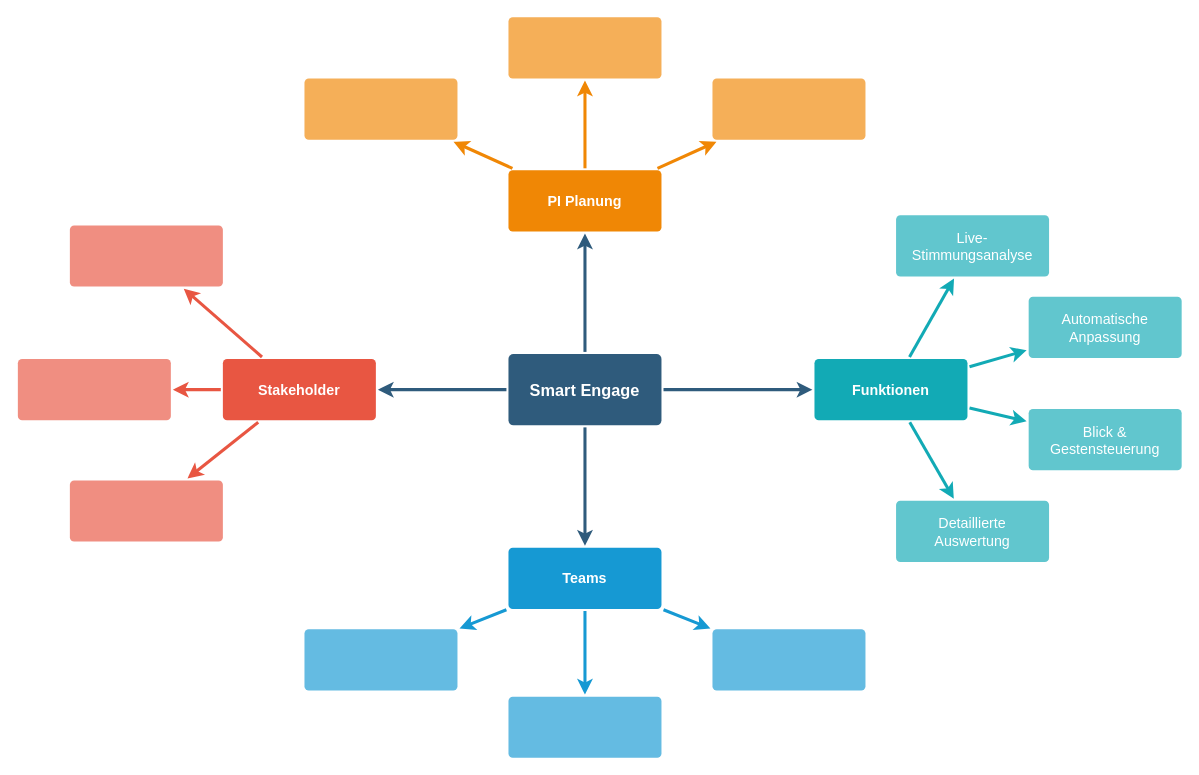
Earlier version of the draw.io diagram SmartEngage.drawio (jeromesigg/SmartEngage). Source tidied: cells renumbered, new cells numbered last; positions are measured from the earlier drawing's top-left corner, leaving out a move shared by most shapes. Both pictures are drawn from the tidied source at 102%, with x=0, y=0 at pixel (17, 16).
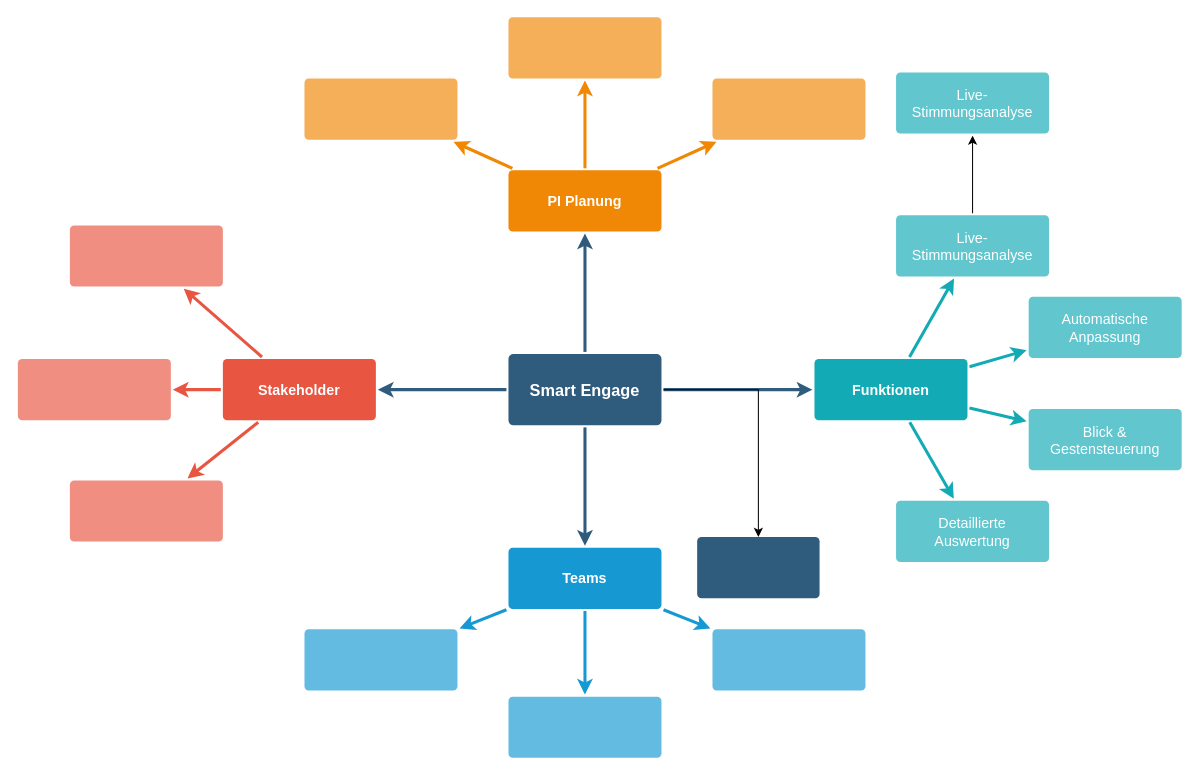
After the change.

The change refers to these unchanged cells:
```xml
<mxCell id="6" value="Smart Engage" style="rounded=1;whiteSpace=wrap;html=1;shadow=0;labelBackgroundColor=none;strokeColor=none;strokeWidth=3;fillColor=#2F5B7C;fontFamily=Helvetica;fontSize=16;fontColor=#FFFFFF;align=center;fontStyle=1;spacing=5;arcSize=7;perimeterSpacing=2;" parent="1" vertex="1">
  <mxGeometry x="481" y="330.5" width="150" height="70" as="geometry" />
</mxCell>
<mxCell id="35" value="Live-Stimmungsanalyse" style="rounded=1;whiteSpace=wrap;html=1;shadow=0;labelBackgroundColor=none;strokeColor=none;strokeWidth=3;fillColor=#61c6ce;fontFamily=Helvetica;fontSize=14;fontColor=#FFFFFF;align=center;spacing=5;fontStyle=0;arcSize=7;perimeterSpacing=2;" parent="1" vertex="1">
  <mxGeometry x="861" y="194.5" width="150" height="60" as="geometry" />
</mxCell>
```

The edit, as a diff of the source:
```diff
@@
+    <mxCell id="37" style="edgeStyle=orthogonalEdgeStyle;rounded=0;jettySize=auto;html=1;" parent="1" edge="1" source="6" target="40">
+      <mxGeometry relative="1" as="geometry" />
+    </mxCell>
@@
+    <mxCell id="38" style="edgeStyle=orthogonalEdgeStyle;rounded=0;jettySize=auto;html=1;" parent="1" edge="1" source="35" target="39">
+      <mxGeometry relative="1" as="geometry" />
+    </mxCell>
@@
+    <mxCell id="39" value="Live-Stimmungsanalyse" style="rounded=1;whiteSpace=wrap;html=1;shadow=0;labelBackgroundColor=none;strokeColor=none;strokeWidth=3;fillColor=#61c6ce;fontFamily=Helvetica;fontSize=14;fontColor=#FFFFFF;align=center;spacing=5;fontStyle=0;arcSize=7;perimeterSpacing=2;" parent="1" vertex="1">
+      <mxGeometry x="861" y="54.5" width="150" height="60" as="geometry" />
+    </mxCell>
+    <mxCell id="40" style="whiteSpace=wrap;html=1;fontSize=16;fillColor=#2F5B7C;strokeColor=none;fontColor=#FFFFFF;rounded=1;shadow=0;labelBackgroundColor=none;strokeWidth=3;fontStyle=1;spacing=5;arcSize=7;" parent="1" vertex="1">
+      <mxGeometry x="666" y="510" width="120" height="60" as="geometry" />
+    </mxCell>
```
